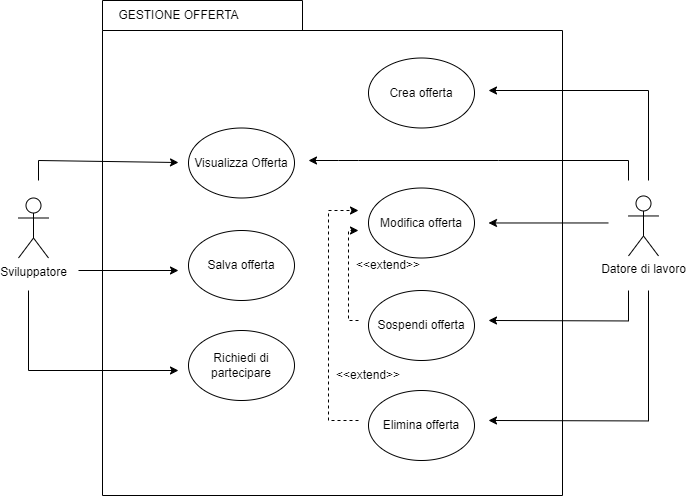
This is Documentazione/1. Requirement_Analysis_Document/Use_Case_Diagram/UCD_GO.png from JacopoPassariello/TuringCareers, a draw.io export, as it was before one commit. Source tidied: cells renumbered, new cells last; positions are measured from the earlier drawing's top-left corner, leaving out a move shared by most shapes.
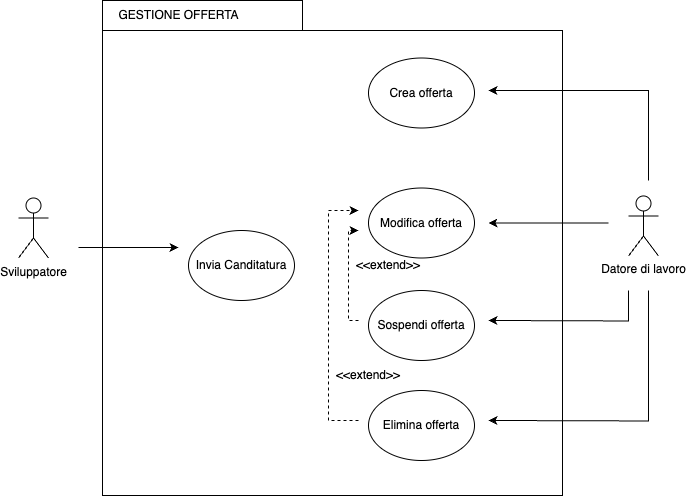
Above is the later version.

Commit message:
Modifiche use cases

Modifiche use cases gestione offerta

The edit, as a diff of the source:
```diff
@@ -14,24 +14,9 @@
     <mxCell id="5" value="Crea offerta" style="ellipse;whiteSpace=wrap;html=1;" parent="1" vertex="1">
       <mxGeometry x="350" y="57.5" width="106" height="70" as="geometry" />
     </mxCell>
-    <mxCell id="6" value="Visualizza Offerta" style="ellipse;whiteSpace=wrap;html=1;" parent="1" vertex="1">
-      <mxGeometry x="170" y="127.5" width="106" height="70" as="geometry" />
-    </mxCell>
-    <mxCell id="7" value="Richiedi di partecipare" style="ellipse;whiteSpace=wrap;html=1;" parent="1" vertex="1">
-      <mxGeometry x="170" y="330" width="106" height="70" as="geometry" />
-    </mxCell>
     <mxCell id="8" value="Sviluppatore" style="shape=umlActor;verticalLabelPosition=bottom;verticalAlign=top;html=1;" parent="1" vertex="1">
       <mxGeometry y="197.5" width="30" height="60" as="geometry" />
     </mxCell>
-    <mxCell id="9" style="endArrow=classic;html=1;rounded=0;" parent="1" edge="1">
-      <mxGeometry relative="1" as="geometry">
-        <mxPoint x="20" y="180" as="sourcePoint" />
-        <mxPoint x="160" y="162" as="targetPoint" />
-        <Array as="points">
-          <mxPoint x="20" y="160" />
-        </Array>
-      </mxGeometry>
-    </mxCell>
     <mxCell id="10" value="Elimina offerta" style="ellipse;whiteSpace=wrap;html=1;" parent="1" vertex="1">
       <mxGeometry x="350" y="390" width="106" height="70" as="geometry" />
     </mxCell>
@@ -44,27 +29,6 @@
         </Array>
       </mxGeometry>
     </mxCell>
-    <mxCell id="12" style="endArrow=classic;html=1;rounded=0;endFill=1;" parent="1" edge="1">
-      <mxGeometry relative="1" as="geometry">
-        <mxPoint x="10" y="290" as="sourcePoint" />
-        <mxPoint x="160" y="370" as="targetPoint" />
-        <Array as="points">
-          <mxPoint x="10" y="370" />
-        </Array>
-      </mxGeometry>
-    </mxCell>
-    <mxCell id="13" style="endArrow=classic;html=1;rounded=0;" parent="1" edge="1">
-      <mxGeometry relative="1" as="geometry">
-        <mxPoint x="610" y="180" as="sourcePoint" />
-        <mxPoint x="290" y="160" as="targetPoint" />
-        <Array as="points">
-          <mxPoint x="610" y="160" />
-          <mxPoint x="480" y="160" />
-          <mxPoint x="340" y="160" />
-          <mxPoint x="320" y="160" />
-        </Array>
-      </mxGeometry>
-    </mxCell>
     <mxCell id="14" value="Modifica offerta" style="ellipse;whiteSpace=wrap;html=1;" parent="1" vertex="1">
       <mxGeometry x="350" y="187.5" width="106" height="70" as="geometry" />
     </mxCell>
@@ -74,13 +38,13 @@
         <mxPoint x="470" y="222.5" as="targetPoint" />
       </mxGeometry>
     </mxCell>
-    <mxCell id="16" value="Salva offerta" style="ellipse;whiteSpace=wrap;html=1;" parent="1" vertex="1">
+    <mxCell id="16" value="Invia Canditatura" style="ellipse;whiteSpace=wrap;html=1;" parent="1" vertex="1">
       <mxGeometry x="170" y="230" width="106" height="70" as="geometry" />
     </mxCell>
     <mxCell id="17" style="endArrow=classic;html=1;rounded=0;" parent="1" edge="1">
       <mxGeometry relative="1" as="geometry">
-        <mxPoint x="60" y="270" as="sourcePoint" />
-        <mxPoint x="160" y="270" as="targetPoint" />
+        <mxPoint x="60" y="247" as="sourcePoint" />
+        <mxPoint x="160" y="247" as="targetPoint" />
       </mxGeometry>
     </mxCell>
     <mxCell id="18" value="Sospendi offerta" style="ellipse;whiteSpace=wrap;html=1;" parent="1" vertex="1">
```
